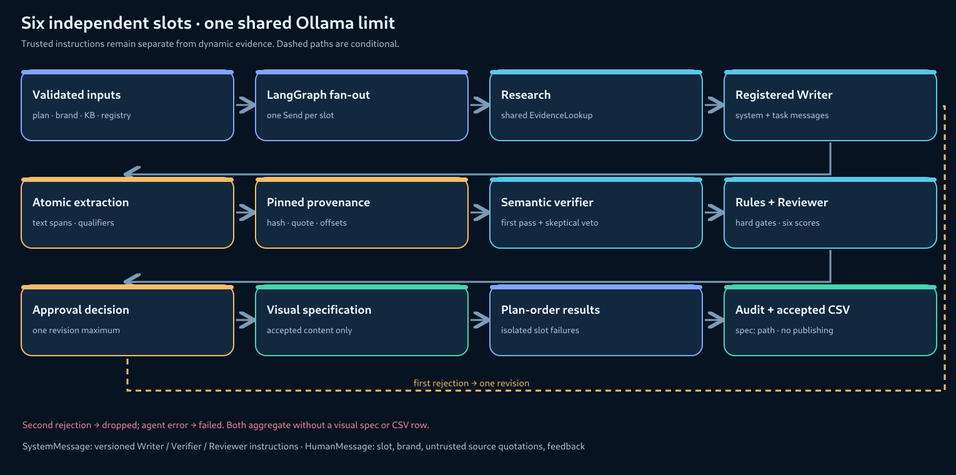
ShadyMayez/Sanad-Squad-task1 keeps this Mermaid diagram as audit/visuals/workflow.png. Above is the earlier version. Its source is kept beside it as audit/visuals/workflow.mmd.
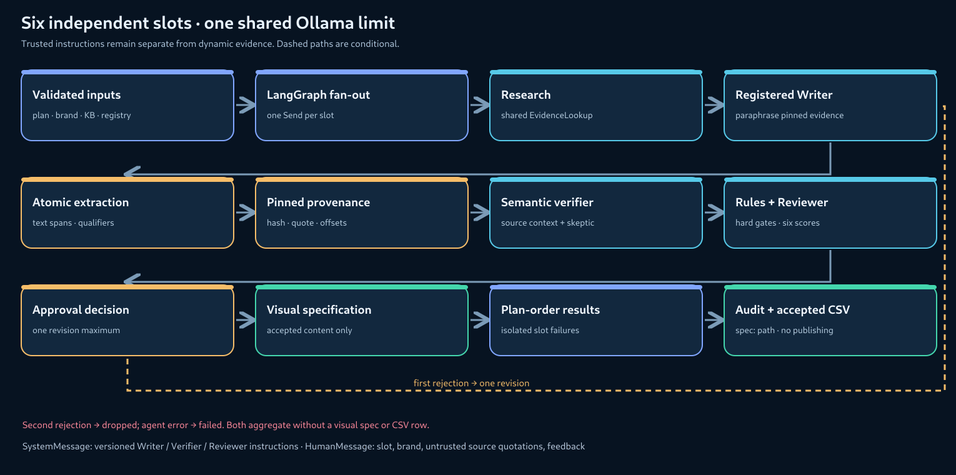
The same file after the commit.

The edit, as a diff of the source:
```diff
@@ -2,7 +2,11 @@
   I[Validated inputs] --> F[LangGraph Send per slot]
   F --> R[Research / EvidenceLookup] --> W[Registered Writer]
   W --> X[Atomic claim extraction] --> P[Pinned source provenance]
-  P --> S[Verifier + skeptical span audit] --> Q[Hard rules + Reviewer]
+  P --> S
+  subgraph SemanticNode[One LangGraph semantic node]
+    S[Verifier selects exact spans] --> C[Bounded pinned context retrieval] --> K[Independent skeptical audit]
+  end
+  K --> Q[Hard rules + Reviewer]
   Q --> D{Approved, valid, supported?}
   D -->|yes| V[Content-aware visual spec] --> A[Plan-order aggregation]
   D -->|first rejection| W
@@ -10,15 +14,19 @@
   R -->|error| Fail[Failed slot] --> A
   P -->|source error| Fail
   S -->|verifier error| Fail
+  K -->|verifier error| Fail
   Q -->|review error| Fail
   V -->|visual error| Fail
   A --> E[JSON audit + accepted-only CSV]
   T[[Trusted SystemMessage instructions]] -.-> W
   T -.-> S
+  T -.-> K
   T -.-> Q
   U[[Dynamic HumanMessage task and untrusted sources]] -.-> W
   U -.-> S
+  U -.-> K
   U -.-> Q
   L[[Shared bounded Ollama]] -.-> W
   L -.-> S
+  L -.-> K
   L -.-> Q
```
